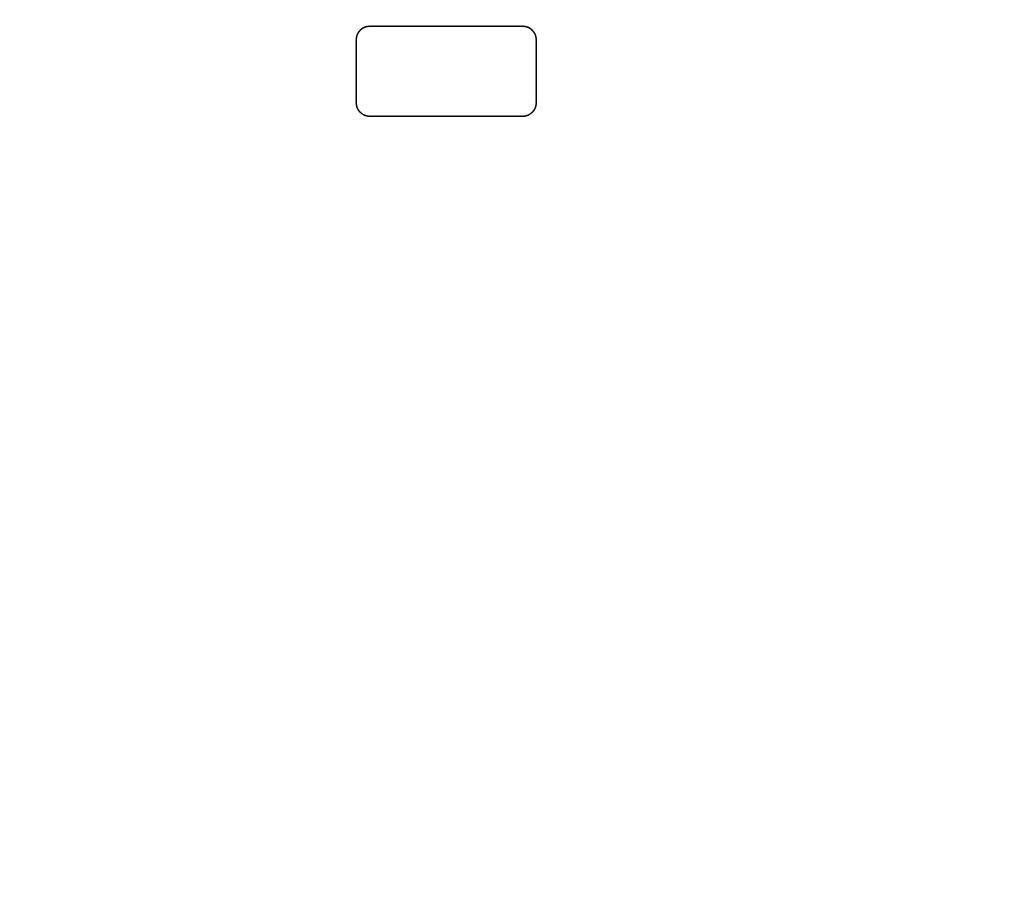
This is Untitled Diagram.drawio from homebei2/diagramsNet, a draw.io file, before an edit. Source tidied: cells renumbered, new cells numbered last; positions are measured from the earlier drawing's top-left corner, leaving out a move shared by most shapes. Both pictures are drawn from the tidied source at 150%, with x=0, y=0 at pixel (356, 26).
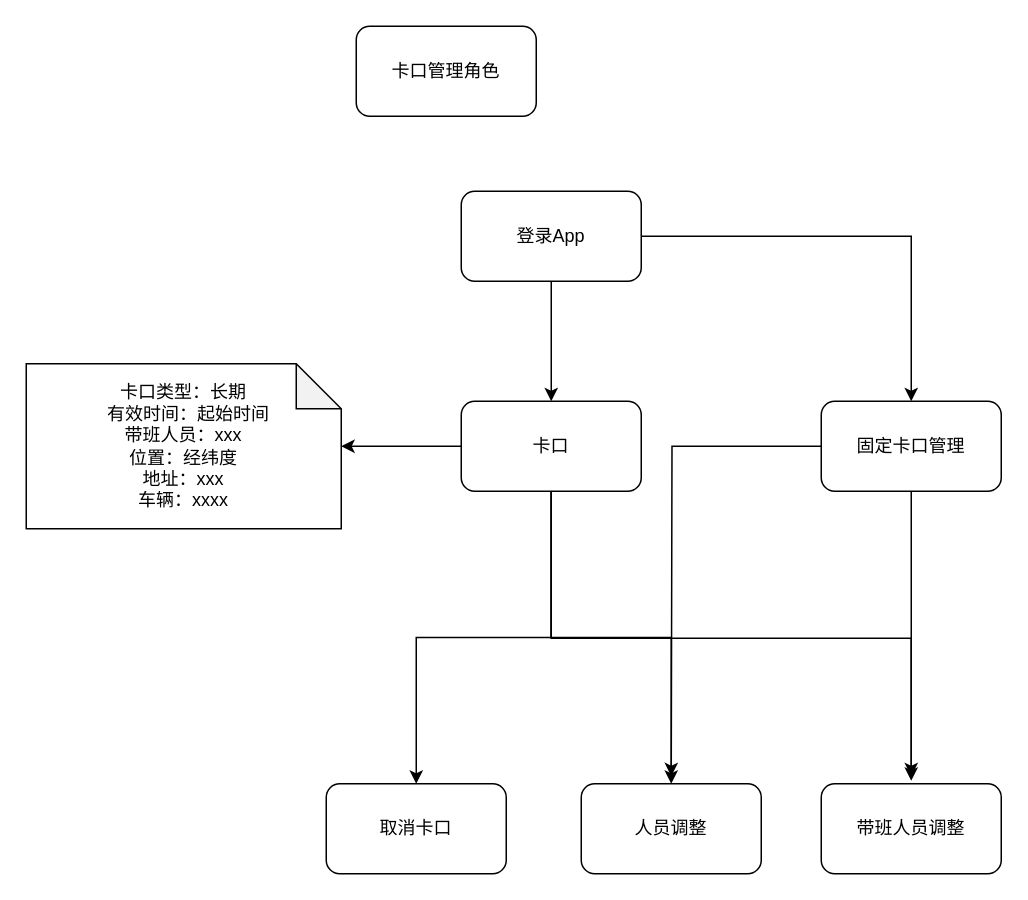
Above is the later version.

The edit, as a diff of the source:
```diff
@@
-    <mxCell id="2" style="rounded=1;whiteSpace=wrap;html=1;" parent="1" vertex="1">
+    <mxCell id="2" value="卡口管理角色" style="rounded=1;whiteSpace=wrap;html=1;" parent="1" vertex="1">
       <mxGeometry width="120" height="60" as="geometry" />
     </mxCell>
+    <mxCell id="3" style="edgeStyle=orthogonalEdgeStyle;rounded=0;jettySize=auto;html=1;" parent="1" edge="1" source="5" target="10">
+      <mxGeometry relative="1" as="geometry" />
+    </mxCell>
+    <mxCell id="4" style="edgeStyle=orthogonalEdgeStyle;rounded=0;jettySize=auto;html=1;entryX=0.5;entryY=0;entryDx=0;entryDy=0;" parent="1" edge="1" source="5" target="17">
+      <mxGeometry relative="1" as="geometry" />
+    </mxCell>
+    <mxCell id="5" value="登录App" style="rounded=1;whiteSpace=wrap;html=1;" parent="1" vertex="1">
+      <mxGeometry x="70" y="110" width="120" height="60" as="geometry" />
+    </mxCell>
+    <mxCell id="6" style="edgeStyle=orthogonalEdgeStyle;rounded=0;jettySize=auto;html=1;" parent="1" edge="1" source="10" target="11">
+      <mxGeometry relative="1" as="geometry" />
+    </mxCell>
+    <mxCell id="7" style="edgeStyle=orthogonalEdgeStyle;rounded=0;jettySize=auto;html=1;" parent="1" edge="1" source="10" target="12">
+      <mxGeometry relative="1" as="geometry" />
+    </mxCell>
+    <mxCell id="8" style="edgeStyle=orthogonalEdgeStyle;rounded=0;jettySize=auto;html=1;" parent="1" edge="1" source="10" target="13">
+      <mxGeometry relative="1" as="geometry" />
+    </mxCell>
+    <mxCell id="9" style="edgeStyle=orthogonalEdgeStyle;rounded=0;orthogonalLoop=1;jettySize=auto;html=1;entryX=0.5;entryY=0;entryDx=0;entryDy=0;" parent="1" edge="1">
+      <mxGeometry relative="1" as="geometry">
+        <mxPoint x="130" y="308" as="sourcePoint" />
+        <mxPoint x="370" y="503" as="targetPoint" />
+        <Array as="points">
+          <mxPoint x="130" y="408" />
+          <mxPoint x="370" y="408" />
+        </Array>
+      </mxGeometry>
+    </mxCell>
+    <mxCell id="10" value="卡口" style="rounded=1;whiteSpace=wrap;html=1;" parent="1" vertex="1">
+      <mxGeometry x="70" y="250" width="120" height="60" as="geometry" />
+    </mxCell>
+    <mxCell id="11" value="卡口类型：长期&lt;br&gt;&amp;nbsp; 有效时间：起始时间&lt;br&gt;带班人员：xxx&lt;br&gt;位置：经纬度&lt;br&gt;地址：xxx&lt;br&gt;车辆：xxxx&lt;br&gt;" style="shape=note;whiteSpace=wrap;html=1;backgroundOutline=1;darkOpacity=0.05;rounded=1;" parent="1" vertex="1">
+      <mxGeometry x="-220" y="225" width="210" height="110" as="geometry" />
+    </mxCell>
+    <mxCell id="12" value="取消卡口" style="rounded=1;whiteSpace=wrap;html=1;" parent="1" vertex="1">
+      <mxGeometry x="-20" y="505" width="120" height="60" as="geometry" />
+    </mxCell>
+    <mxCell id="13" value="人员调整&lt;br&gt;" style="rounded=1;whiteSpace=wrap;html=1;" parent="1" vertex="1">
+      <mxGeometry x="150" y="505" width="120" height="60" as="geometry" />
+    </mxCell>
+    <mxCell id="14" value="带班人员调整" style="rounded=1;whiteSpace=wrap;html=1;" parent="1" vertex="1">
+      <mxGeometry x="310" y="505" width="120" height="60" as="geometry" />
+    </mxCell>
+    <mxCell id="15" style="edgeStyle=orthogonalEdgeStyle;rounded=0;jettySize=auto;html=1;" parent="1" edge="1" source="17">
+      <mxGeometry relative="1" as="geometry">
+        <mxPoint x="210" y="500" as="targetPoint" />
+      </mxGeometry>
+    </mxCell>
+    <mxCell id="16" style="edgeStyle=orthogonalEdgeStyle;rounded=0;jettySize=auto;html=1;" parent="1" edge="1" source="17">
+      <mxGeometry relative="1" as="geometry">
+        <mxPoint x="370" y="500" as="targetPoint" />
+      </mxGeometry>
+    </mxCell>
+    <mxCell id="17" value="固定卡口管理" style="rounded=1;whiteSpace=wrap;html=1;" parent="1" vertex="1">
+      <mxGeometry x="310" y="250" width="120" height="60" as="geometry" />
+    </mxCell>
```
